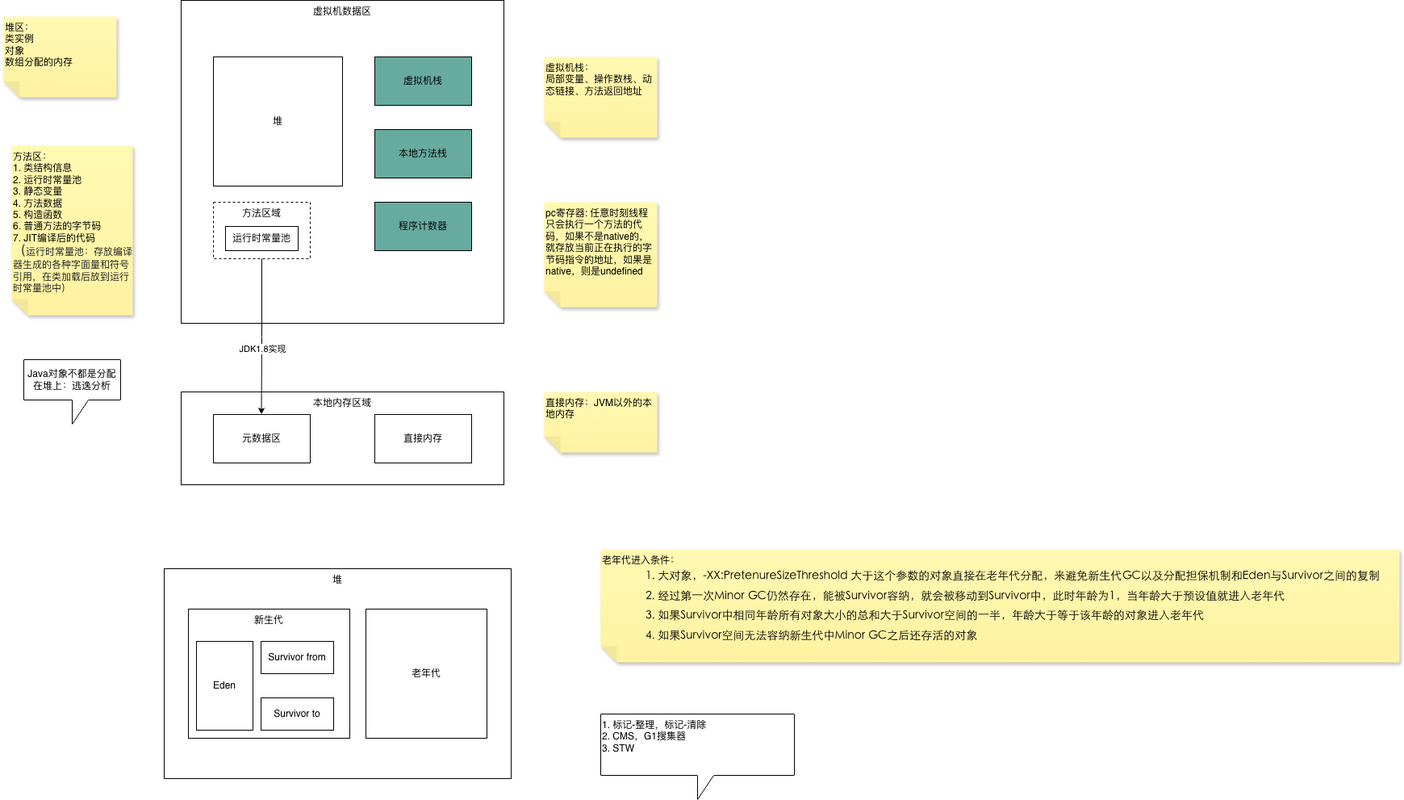
Before: JVM数据区.drawio.png, a diagram exported from draw.io (ggs2015/file). Source tidied: cells renumbered, new cells last; positions are measured from the earlier drawing's top-left corner, leaving out a move shared by most shapes.
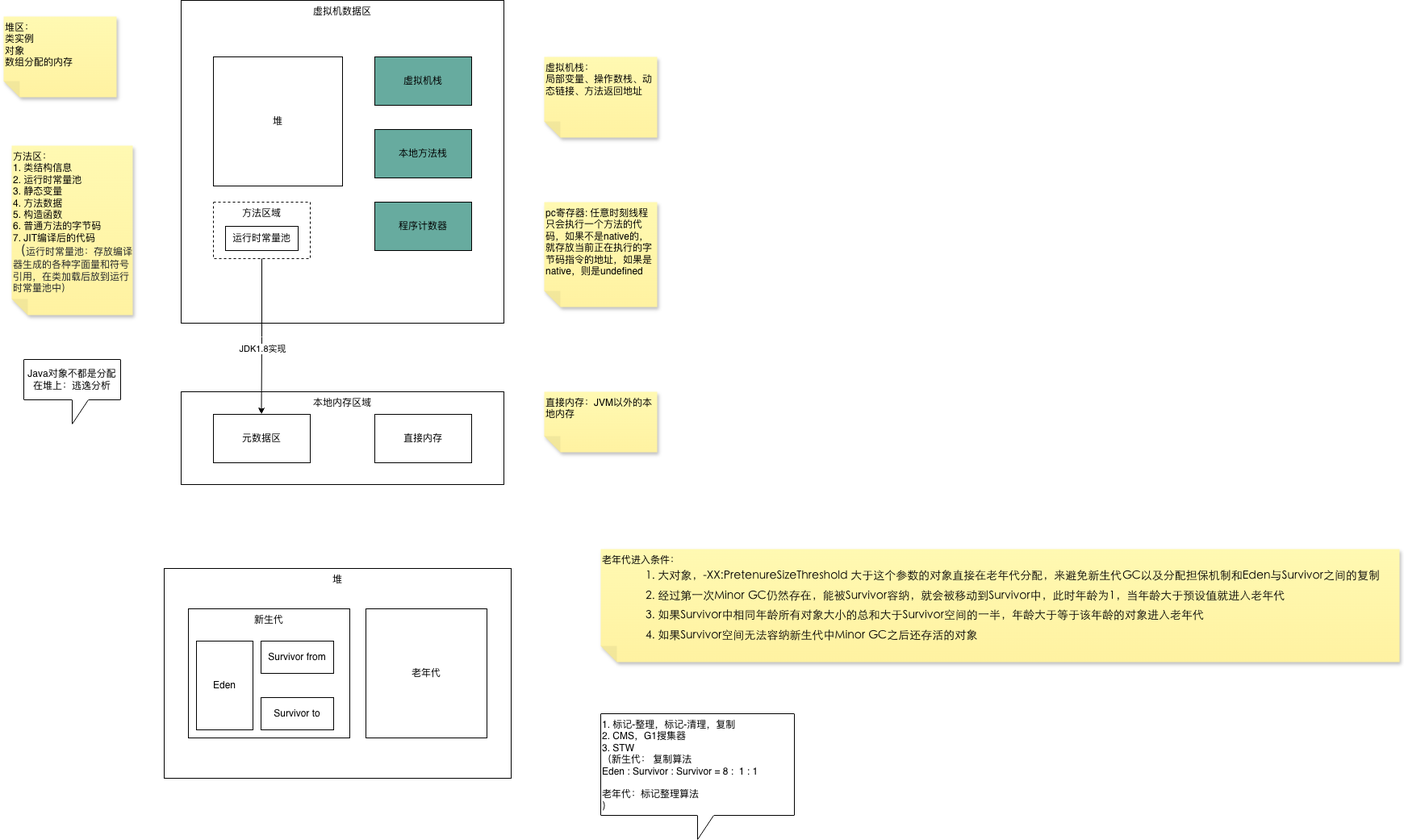
After the change.

Commit message:
更新JVM数据区.drawio.png

The edit, as a diff of the source:
```diff
@@ -77,8 +77,8 @@
     <mxCell id="25" value="老年代进入条件：&lt;div&gt;&lt;article data-content=&quot;[{&amp;quot;type&amp;quot;:&amp;quot;block&amp;quot;,&amp;quot;id&amp;quot;:&amp;quot;q4yd-1771051470949&amp;quot;,&amp;quot;name&amp;quot;:&amp;quot;list-item&amp;quot;,&amp;quot;data&amp;quot;:{&amp;quot;listId&amp;quot;:&amp;quot;J6OX-1771055464497&amp;quot;,&amp;quot;listLevel&amp;quot;:1,&amp;quot;listType&amp;quot;:&amp;quot;ordered&amp;quot;,&amp;quot;style&amp;quot;:{},&amp;quot;version&amp;quot;:1},&amp;quot;nodes&amp;quot;:[{&amp;quot;type&amp;quot;:&amp;quot;text&amp;quot;,&amp;quot;id&amp;quot;:&amp;quot;BpXD-1771051470948&amp;quot;,&amp;quot;leaves&amp;quot;:[{&amp;quot;text&amp;quot;:&amp;quot;大对象，-XX:PretenureSizeThreshold&amp;nbsp;大于这个参数的对象直接在老年代分配，来避免新生代GC以及分配担保机制和Eden与Survivor之间的复制&amp;quot;,&amp;quot;marks&amp;quot;:[]}]}],&amp;quot;state&amp;quot;:{}},{&amp;quot;type&amp;quot;:&amp;quot;block&amp;quot;,&amp;quot;id&amp;quot;:&amp;quot;WKbf-1771055464492&amp;quot;,&amp;quot;name&amp;quot;:&amp;quot;list-item&amp;quot;,&amp;quot;data&amp;quot;:{&amp;quot;listId&amp;quot;:&amp;quot;J6OX-1771055464497&amp;quot;,&amp;quot;listLevel&amp;quot;:1,&amp;quot;listType&amp;quot;:&amp;quot;ordered&amp;quot;,&amp;quot;style&amp;quot;:{},&amp;quot;version&amp;quot;:1},&amp;quot;nodes&amp;quot;:[{&amp;quot;type&amp;quot;:&amp;quot;text&amp;quot;,&amp;quot;id&amp;quot;:&amp;quot;xomo-1771055464491&amp;quot;,&amp;quot;leaves&amp;quot;:[{&amp;quot;text&amp;quot;:&amp;quot;经过第一次Minor&amp;nbsp;GC仍然存在，能被Survivor容纳，就会被移动到Survivor中，此时年龄为1，当年龄大于预设值就进入老年代&amp;quot;,&amp;quot;marks&amp;quot;:[]}]}],&amp;quot;state&amp;quot;:{&amp;quot;index&amp;quot;:2}},{&amp;quot;type&amp;quot;:&amp;quot;block&amp;quot;,&amp;quot;id&amp;quot;:&amp;quot;eVwO-1771055464494&amp;quot;,&amp;quot;name&amp;quot;:&amp;quot;list-item&amp;quot;,&amp;quot;data&amp;quot;:{&amp;quot;listId&amp;quot;:&amp;quot;J6OX-1771055464497&amp;quot;,&amp;quot;listLevel&amp;quot;:1,&amp;quot;listType&amp;quot;:&amp;quot;ordered&amp;quot;,&amp;quot;style&amp;quot;:{},&amp;quot;version&amp;quot;:1},&amp;quot;nodes&amp;quot;:[{&amp;quot;type&amp;quot;:&amp;quot;text&amp;quot;,&amp;quot;id&amp;quot;:&amp;quot;Ifgo-1771055464493&amp;quot;,&amp;quot;leaves&amp;quot;:[{&amp;quot;text&amp;quot;:&amp;quot;如果Survivor中相同年龄所有对象大小的总和大于Survivor空间的一半，年龄大于等于该年龄的对象进入老年代&amp;quot;,&amp;quot;marks&amp;quot;:[]}]}],&amp;quot;state&amp;quot;:{&amp;quot;index&amp;quot;:3}},{&amp;quot;type&amp;quot;:&amp;quot;block&amp;quot;,&amp;quot;id&amp;quot;:&amp;quot;6ODo-1771055464496&amp;quot;,&amp;quot;name&amp;quot;:&amp;quot;list-item&amp;quot;,&amp;quot;data&amp;quot;:{&amp;quot;listId&amp;quot;:&amp;quot;J6OX-1771055464497&amp;quot;,&amp;quot;listLevel&amp;quot;:1,&amp;quot;listType&amp;quot;:&amp;quot;ordered&amp;quot;,&amp;quot;style&amp;quot;:{},&amp;quot;version&amp;quot;:1},&amp;quot;nodes&amp;quot;:[{&amp;quot;type&amp;quot;:&amp;quot;text&amp;quot;,&amp;quot;id&amp;quot;:&amp;quot;sm3f-1771055464495&amp;quot;,&amp;quot;leaves&amp;quot;:[{&amp;quot;text&amp;quot;:&amp;quot;如果Survivor空间无法容纳新生代中Minor&amp;nbsp;GC之后还存活的对象&amp;quot;,&amp;quot;marks&amp;quot;:[]}]}],&amp;quot;state&amp;quot;:{}}]&quot; style=&quot;font-size: medium;&quot;&gt;&lt;ol style=&quot;margin: 0px 0px 0px 14px;&quot;&gt;&lt;li style=&quot;white-space-collapse: preserve; line-height: 1.75; font-size: 14px; list-style-position: inside; word-break: break-word; background-color: rgba(0, 0, 0, 0); font-family: &amp;quot;Microsoft YaHei&amp;quot;, STXihei; list-style-type: decimal;&quot;&gt;大对象，-XX:PretenureSizeThreshold 大于这个参数的对象直接在老年代分配，来避免新生代GC以及分配担保机制和Eden与Survivor之间的复制&lt;/li&gt;&lt;li style=&quot;white-space-collapse: preserve; line-height: 1.75; font-size: 14px; list-style-position: inside; word-break: break-word; background-color: rgba(0, 0, 0, 0); font-family: &amp;quot;Microsoft YaHei&amp;quot;, STXihei; list-style-type: decimal;&quot;&gt;经过第一次Minor GC仍然存在，能被Survivor容纳，就会被移动到Survivor中，此时年龄为1，当年龄大于预设值就进入老年代&lt;/li&gt;&lt;li style=&quot;white-space-collapse: preserve; line-height: 1.75; font-size: 14px; list-style-position: inside; word-break: break-word; background-color: rgba(0, 0, 0, 0); font-family: &amp;quot;Microsoft YaHei&amp;quot;, STXihei; list-style-type: decimal;&quot;&gt;如果Survivor中相同年龄所有对象大小的总和大于Survivor空间的一半，年龄大于等于该年龄的对象进入老年代&lt;/li&gt;&lt;li style=&quot;white-space-collapse: preserve; line-height: 1.75; font-size: 14px; list-style-position: inside; word-break: break-word; background-color: rgba(0, 0, 0, 0); font-family: &amp;quot;Microsoft YaHei&amp;quot;, STXihei; list-style-type: decimal;&quot;&gt;如果Survivor空间无法容纳新生代中Minor GC之后还存活的对象&lt;/li&gt;&lt;/ol&gt;&lt;/article&gt;&lt;/div&gt;" style="shape=note;whiteSpace=wrap;html=1;backgroundOutline=1;fontColor=#000000;darkOpacity=0.05;fillColor=#FFF9B2;strokeColor=none;fillStyle=solid;direction=west;gradientDirection=north;gradientColor=#FFF2A1;shadow=1;size=20;align=left;verticalAlign=top;" parent="1" vertex="1">
       <mxGeometry x="740" y="680" width="990" height="140" as="geometry" />
     </mxCell>
-    <mxCell id="26" value="1. 标记-整理，标记-清除&lt;div&gt;2. CMS，G1搜集器&lt;/div&gt;&lt;div&gt;3. STW&lt;/div&gt;" style="shape=callout;whiteSpace=wrap;html=1;perimeter=calloutPerimeter;align=left;verticalAlign=top;" parent="1" vertex="1">
-      <mxGeometry x="740" y="884" width="240" height="106" as="geometry" />
+    <mxCell id="26" value="1. 标记-整理，标记-清理，复制&lt;div&gt;2. CMS，G1搜集器&lt;/div&gt;&lt;div&gt;3. STW&lt;/div&gt;&lt;div&gt;（新生代： 复制算法&lt;/div&gt;&lt;div&gt;Eden : Survivor : Survivor = 8 :&amp;nbsp; 1 : 1&lt;/div&gt;&lt;div&gt;&lt;br&gt;&lt;/div&gt;&lt;div&gt;老年代：标记整理算法&lt;/div&gt;&lt;div&gt;）&lt;/div&gt;" style="shape=callout;whiteSpace=wrap;html=1;perimeter=calloutPerimeter;align=left;verticalAlign=top;" parent="1" vertex="1">
+      <mxGeometry x="740" y="884" width="240" height="156" as="geometry" />
     </mxCell>
     <mxCell id="27" value="运行时常量池" style="rounded=0;whiteSpace=wrap;html=1;" parent="1" vertex="1">
       <mxGeometry x="275" y="280" width="90" height="30" as="geometry" />
```
